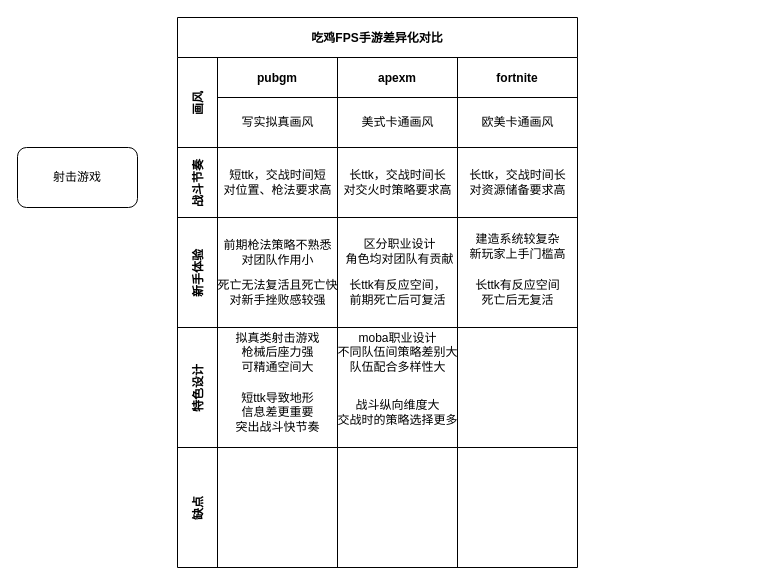
Before: fps.drawio in rickyi22/create-a-thing, a draw.io diagram. Source tidied: cells renumbered, new cells numbered last; positions are measured from the earlier drawing's top-left corner, leaving out a move shared by most shapes. Both pictures are drawn from the tidied source at 100%, with x=0, y=0 at pixel (17, 17).
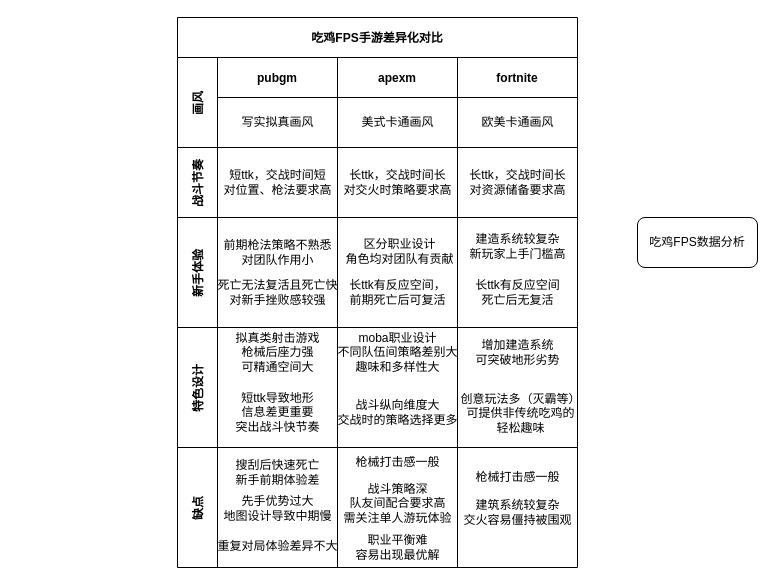
The same page after the edit.

The change refers to these unchanged cells:
```xml
<mxCell id="32" style="swimlane;swimlaneHead=0;swimlaneBody=0;fontStyle=0;fillColor=none;startSize=0;fontStyle=1;" parent="28" vertex="1">
  <mxGeometry x="160" width="120" height="120" as="geometry" />
</mxCell>
<mxCell id="35" style="swimlane;swimlaneHead=0;swimlaneBody=0;fontStyle=0;fillColor=none;startSize=0;fontStyle=1;" parent="28" vertex="1">
  <mxGeometry x="280" width="120" height="120" as="geometry" />
</mxCell>
<mxCell id="37" style="swimlane;swimlaneHead=0;swimlaneBody=0;fontStyle=0;fillColor=none;startSize=0;fontStyle=1;" parent="36" vertex="1">
  <mxGeometry x="40" width="120" height="120" as="geometry" />
</mxCell>
<mxCell id="38" style="swimlane;swimlaneHead=0;swimlaneBody=0;fontStyle=0;fillColor=none;startSize=0;fontStyle=1;" parent="36" vertex="1">
  <mxGeometry x="160" width="120" height="120" as="geometry" />
</mxCell>
<mxCell id="39" style="swimlane;swimlaneHead=0;swimlaneBody=0;fontStyle=0;fillColor=none;startSize=0;fontStyle=1;" parent="36" vertex="1">
  <mxGeometry x="280" width="120" height="120" as="geometry" />
</mxCell>
```

What changed in the source:
```diff
@@
-    <mxCell id="2" value="射击游戏" style="rounded=1;whiteSpace=wrap;html=1;" parent="1" vertex="1">
-      <mxGeometry y="130" width="120" height="60" as="geometry" />
+    <mxCell id="2" value="吃鸡FPS数据分析" style="rounded=1;whiteSpace=wrap;html=1;" parent="1" vertex="1">
+      <mxGeometry x="620" y="200" width="120" height="50" as="geometry" />
     </mxCell>
@@
-    <mxCell id="33" value="moba职业设计&lt;br&gt;不同队伍间策略差别大&lt;br&gt;队伍配合多样性大" style="text;html=1;align=center;verticalAlign=middle;strokeColor=none;fillColor=none;" parent="32" vertex="1">
+    <mxCell id="33" value="moba职业设计&lt;br&gt;不同队伍间策略差别大&lt;br&gt;趣味和多样性大" style="text;html=1;align=center;verticalAlign=middle;strokeColor=none;fillColor=none;" parent="32" vertex="1">
       <mxGeometry x="-10" width="140" height="50" as="geometry" />
     </mxCell>
@@
+    <mxCell id="40" value="增加建造系统&lt;br&gt;可突破地形劣势" style="text;html=1;align=center;verticalAlign=middle;strokeColor=none;fillColor=none;" parent="35" vertex="1">
+      <mxGeometry x="10" y="10" width="100" height="30" as="geometry" />
+    </mxCell>
+    <mxCell id="41" value="创意玩法多（灭霸等）&lt;br&gt;可提供非传统吃鸡的&lt;br&gt;轻松趣味" style="text;html=1;align=center;verticalAlign=middle;strokeColor=none;fillColor=none;" parent="35" vertex="1">
+      <mxGeometry x="-7" y="61" width="140" height="50" as="geometry" />
+    </mxCell>
@@
+    <mxCell id="42" value="搜刮后快速死亡&lt;br&gt;新手前期体验差" style="text;html=1;align=center;verticalAlign=middle;strokeColor=none;fillColor=none;" parent="37" vertex="1">
+      <mxGeometry x="10" y="10" width="100" height="30" as="geometry" />
+    </mxCell>
+    <mxCell id="43" value="先手优势过大&lt;br&gt;地图设计导致中期慢" style="text;html=1;align=center;verticalAlign=middle;strokeColor=none;fillColor=none;" parent="37" vertex="1">
+      <mxGeometry y="46" width="120" height="30" as="geometry" />
+    </mxCell>
+    <mxCell id="44" value="重复对局体验差异不大" style="text;html=1;align=center;verticalAlign=middle;strokeColor=none;fillColor=none;" parent="37" vertex="1">
+      <mxGeometry x="-10" y="89" width="140" height="20" as="geometry" />
+    </mxCell>
@@
+    <mxCell id="45" value="枪械打击感一般" style="text;html=1;align=center;verticalAlign=middle;strokeColor=none;fillColor=none;" parent="38" vertex="1">
+      <mxGeometry x="10" y="5" width="100" height="20" as="geometry" />
+    </mxCell>
+    <mxCell id="46" value="战斗策略深&lt;br&gt;队友间配合要求高&lt;br&gt;需关注单人游玩体验" style="text;html=1;align=center;verticalAlign=middle;strokeColor=none;fillColor=none;" parent="38" vertex="1">
+      <mxGeometry y="31" width="120" height="50" as="geometry" />
+    </mxCell>
+    <mxCell id="47" value="职业平衡难&lt;br&gt;容易出现最优解" style="text;html=1;align=center;verticalAlign=middle;strokeColor=none;fillColor=none;" parent="38" vertex="1">
+      <mxGeometry x="10" y="85" width="100" height="30" as="geometry" />
+    </mxCell>
@@
+    <mxCell id="48" value="枪械打击感一般" style="text;html=1;align=center;verticalAlign=middle;strokeColor=none;fillColor=none;" parent="39" vertex="1">
+      <mxGeometry x="10" y="20" width="100" height="20" as="geometry" />
+    </mxCell>
+    <mxCell id="49" value="建筑系统较复杂&lt;br&gt;交火容易僵持被围观" style="text;html=1;align=center;verticalAlign=middle;strokeColor=none;fillColor=none;" parent="39" vertex="1">
+      <mxGeometry y="50" width="120" height="30" as="geometry" />
+    </mxCell>
```
